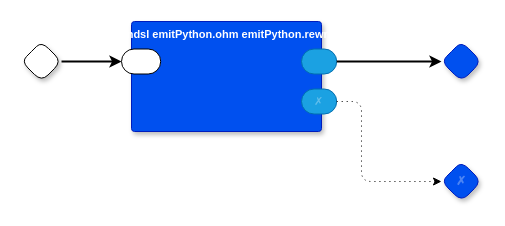
guitarvydas/rt keeps this draw.io diagram as page "RT to Python" (6 of 10) of rt2py.drawio. Above is the earlier version. Source tidied: cells renumbered, new cells numbered last; positions are measured from the earlier drawing's top-left corner, leaving out a move shared by most shapes. Both pictures are drawn from the tidied source at 100%, with x=0, y=0 at pixel (21, 21).
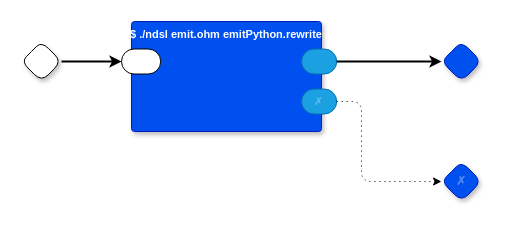
After the change.

Diff of the diagram source:
```diff
@@
 <mxGraphModel>
   <root>
     <mxCell id="0" />
     <mxCell id="1" parent="0" />
     <mxCell id="2" style="rhombus;whiteSpace=wrap;html=1;rounded=1;fontStyle=1;glass=0;sketch=0;fontSize=12;points=[[0,0.5,0,0,0],[0.5,0,0,0,0],[0.5,1,0,0,0],[1,0.5,0,0,0]];shadow=1;fontFamily=Helvetica;fontColor=default;" parent="1" vertex="1">
       <mxGeometry y="20" width="40" height="40" as="geometry" />
     </mxCell>
     <mxCell id="3" style="rhombus;whiteSpace=wrap;html=1;rounded=1;fontStyle=1;glass=0;sketch=0;fontSize=12;points=[[0,0.5,0,0,0],[0.5,0,0,0,0],[0.5,1,0,0,0],[1,0.5,0,0,0]];shadow=1;fillColor=#0050ef;fontColor=#ffffff;strokeColor=#001DBC;fontFamily=Helvetica;" parent="1" vertex="1">
       <mxGeometry x="420" y="20" width="40" height="40" as="geometry" />
     </mxCell>
     <mxCell id="4" value="✗" style="rhombus;whiteSpace=wrap;html=1;rounded=1;fillColor=#0050ef;fontColor=#ffffff;strokeColor=#001DBC;fontStyle=1;glass=0;sketch=0;fontSize=12;points=[[0,0.5,0,0,0],[0.5,0,0,0,0],[0.5,1,0,0,0],[1,0.5,0,0,0]];shadow=1;textOpacity=30;" parent="1" vertex="1">
       <mxGeometry x="420" y="140" width="40" height="40" as="geometry" />
     </mxCell>
-    <mxCell id="5" value="$ ./ndsl emitPython.ohm emitPython.rewrite" style="rounded=1;sketch=0;verticalAlign=top;arcSize=6;fontStyle=1;absoluteArcSize=1;shadow=1;strokeColor=#001DBC;fillColor=#0050ef;fontColor=#ffffff;fontFamily=Helvetica;fontSize=11;" parent="1" vertex="1">
+    <mxCell id="5" value="$ ./ndsl emit.ohm emitPython.rewrite" style="rounded=1;sketch=0;verticalAlign=top;arcSize=6;fontStyle=1;absoluteArcSize=1;shadow=1;strokeColor=#001DBC;fillColor=#0050ef;fontColor=#ffffff;fontFamily=Helvetica;fontSize=11;" parent="1" vertex="1">
       <mxGeometry x="110" width="190" height="110" as="geometry" />
     </mxCell>
     <mxCell id="6" style="rounded=1;whiteSpace=wrap;html=1;sketch=0;points=[[0,0.5,0,0,0],[1,0.5,0,0,0]];arcSize=50;fontFamily=Helvetica;fontSize=11;fontColor=default;" parent="5" vertex="1">
       <mxGeometry x="-10" y="27.5" width="39.2" height="25" as="geometry" />
     </mxCell>
     <mxCell id="7" style="rounded=1;whiteSpace=wrap;html=1;sketch=0;points=[[0,0.5,0,0,0],[1,0.5,0,0,0]];fillColor=#1ba1e2;fontColor=#ffffff;strokeColor=#006EAF;arcSize=50;fontFamily=Helvetica;fontSize=11;" parent="5" vertex="1">
       <mxGeometry x="170" y="27.5" width="35.2" height="25" as="geometry" />
     </mxCell>
     <mxCell id="8" value="✗" style="rounded=1;whiteSpace=wrap;html=1;sketch=0;points=[[0,0.5,0,0,0],[1,0.5,0,0,0]];fillColor=#1ba1e2;fontColor=#ffffff;strokeColor=#006EAF;arcSize=50;fontFamily=Helvetica;fontSize=11;textOpacity=30;" parent="5" vertex="1">
       <mxGeometry x="170" y="67.5" width="35.2" height="25" as="geometry" />
     </mxCell>
     <mxCell id="9" style="edgeStyle=orthogonalEdgeStyle;rounded=0;jettySize=auto;html=1;exitX=1;exitY=0.5;exitDx=0;exitDy=0;exitPerimeter=0;entryX=0;entryY=0.5;entryDx=0;entryDy=0;entryPerimeter=0;strokeWidth=2;" parent="1" edge="1" source="2" target="6">
       <mxGeometry relative="1" as="geometry" />
     </mxCell>
     <mxCell id="10" style="edgeStyle=orthogonalEdgeStyle;rounded=0;jettySize=auto;html=1;exitX=1;exitY=0.5;exitDx=0;exitDy=0;exitPerimeter=0;strokeWidth=2;entryX=0;entryY=0.5;entryDx=0;entryDy=0;entryPerimeter=0;" parent="1" edge="1" source="7" target="3">
       <mxGeometry relative="1" as="geometry" />
     </mxCell>
     <mxCell id="11" style="edgeStyle=orthogonalEdgeStyle;rounded=1;jettySize=auto;html=1;exitX=1;exitY=0.5;exitDx=0;exitDy=0;exitPerimeter=0;entryX=0;entryY=0.5;entryDx=0;entryDy=0;entryPerimeter=0;curved=0;dashed=1;dashPattern=1 4;" parent="1" edge="1" source="8" target="4">
       <mxGeometry relative="1" as="geometry">
         <Array as="points">
           <mxPoint x="340" y="80" />
           <mxPoint x="340" y="160" />
         </Array>
       </mxGeometry>
     </mxCell>
   </root>
 </mxGraphModel>
```
